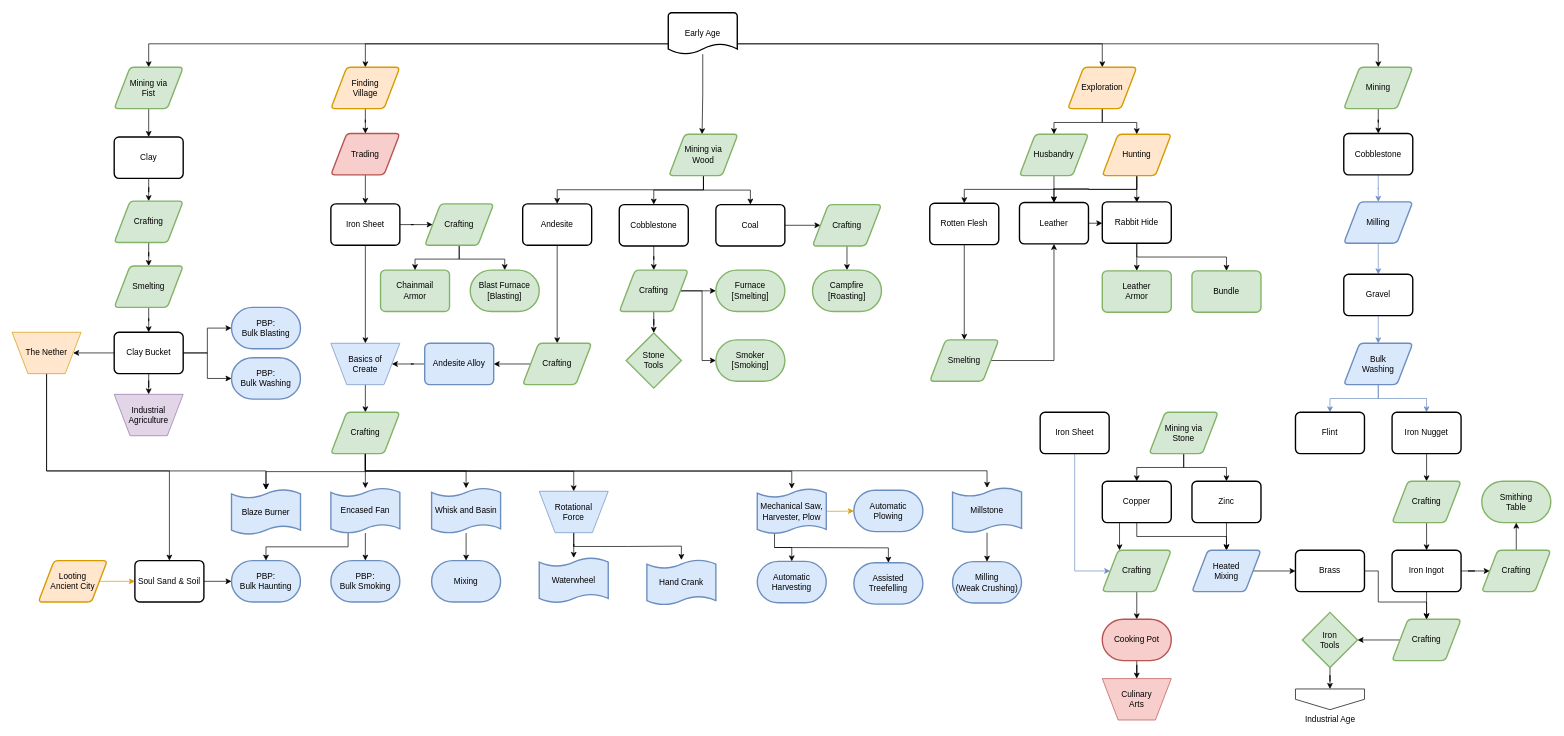
Before: page "Early Age" (4 of 7) of flowcharts/progression.drawio in MeepishRealms/Cog, a draw.io diagram. Source tidied: cells renumbered, new cells numbered last; positions are measured from the earlier drawing's top-left corner, leaving out a move shared by most shapes. Both pictures are drawn from the tidied source at 69%, with x=0, y=0 at pixel (12, 12).
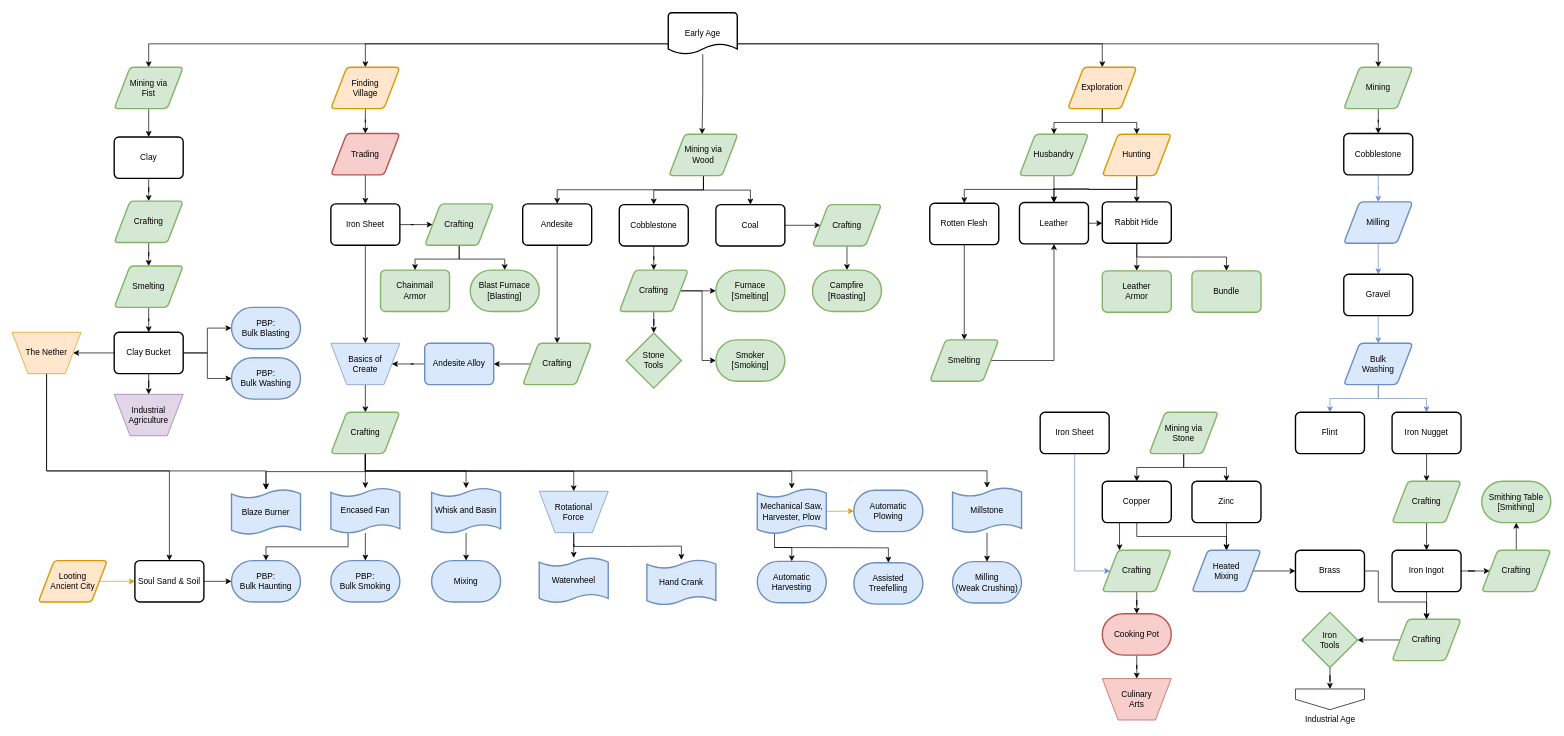
The same page after the edit.

The edit, as a diff of the source:
```diff
@@
     <mxCell id="158" value="Cooking Pot" style="strokeWidth=2;html=1;shape=mxgraph.flowchart.terminator;whiteSpace=wrap;fillColor=#f8cecc;strokeColor=#b85450;" parent="1" vertex="1">
-      <mxGeometry x="1580" y="879" width="100" height="60" as="geometry" />
+      <mxGeometry x="1580" y="871" width="100" height="60" as="geometry" />
     </mxCell>
@@
-    <mxCell id="163" value="Smithing&lt;br&gt;Table" style="strokeWidth=2;html=1;shape=mxgraph.flowchart.terminator;whiteSpace=wrap;fillColor=#d5e8d4;strokeColor=#82b366;" parent="1" vertex="1">
+    <mxCell id="163" value="Smithing Table&lt;br&gt;[Smithing]" style="strokeWidth=2;html=1;shape=mxgraph.flowchart.terminator;whiteSpace=wrap;fillColor=#d5e8d4;strokeColor=#82b366;" parent="1" vertex="1">
       <mxGeometry x="2130" y="679" width="100" height="60" as="geometry" />
     </mxCell>
```
